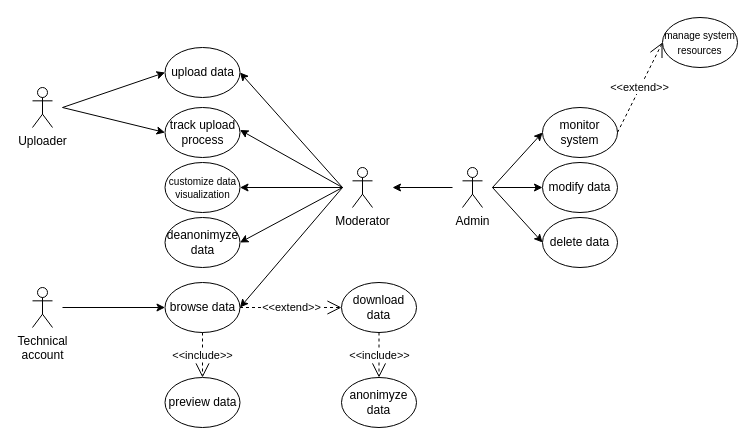
This is Diagrams/UseCaseDiagram.drawio from citec-spbu/MedicalDataService, a draw.io file, before an edit. Source tidied: cells renumbered, new cells numbered last; positions are measured from the earlier drawing's top-left corner, leaving out a move shared by most shapes. Both pictures are drawn from the tidied source at 100%, with x=0, y=0 at pixel (32, 17).
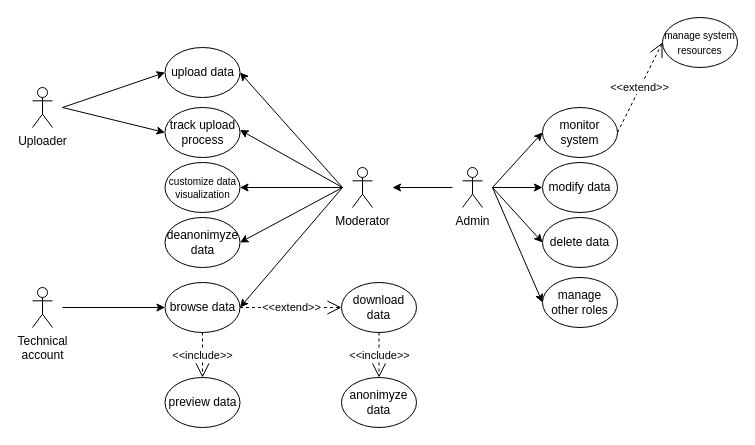
Above is the later version.

Commit message:
fix: update UseCase diagram

Change to the diagram source:
```diff
@@
+    <mxCell id="34" value="manage other roles" style="ellipse;whiteSpace=wrap;html=1;" parent="1" vertex="1">
+      <mxGeometry x="510" y="260" width="75" height="50" as="geometry" />
+    </mxCell>
+    <mxCell id="35" style="endArrow=classic;html=1;rounded=0;entryX=0;entryY=0.5;entryDx=0;entryDy=0;" parent="1" edge="1" target="34">
+      <mxGeometry relative="1" as="geometry">
+        <mxPoint x="460" y="170" as="sourcePoint" />
+      </mxGeometry>
+    </mxCell>
```
